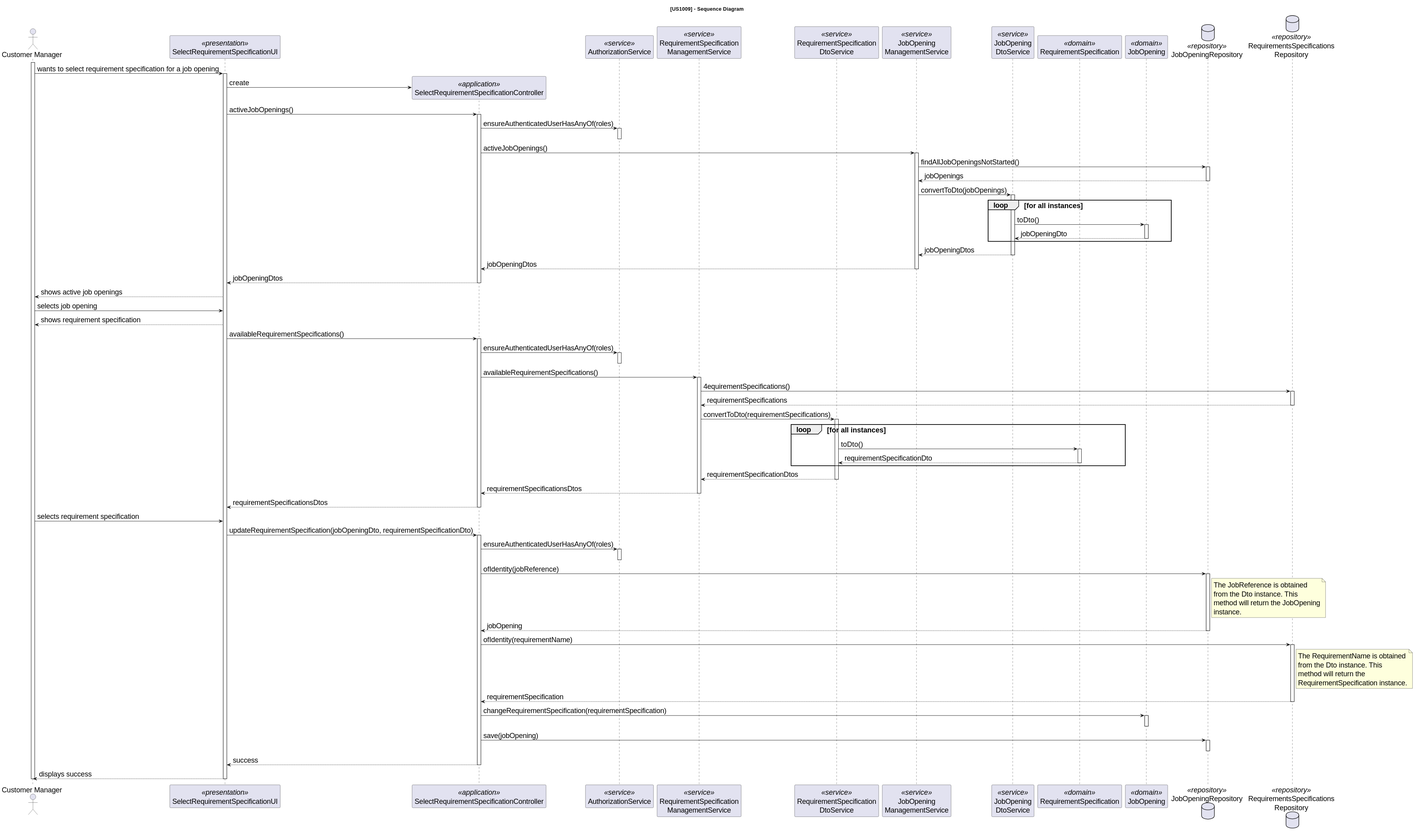
rita-barbosa/LAPR4-2324 keeps this PlantUML diagram as docs/sb_us_1009/sequence-diagram-select-requirement-specification.svg. Above is the earlier version.
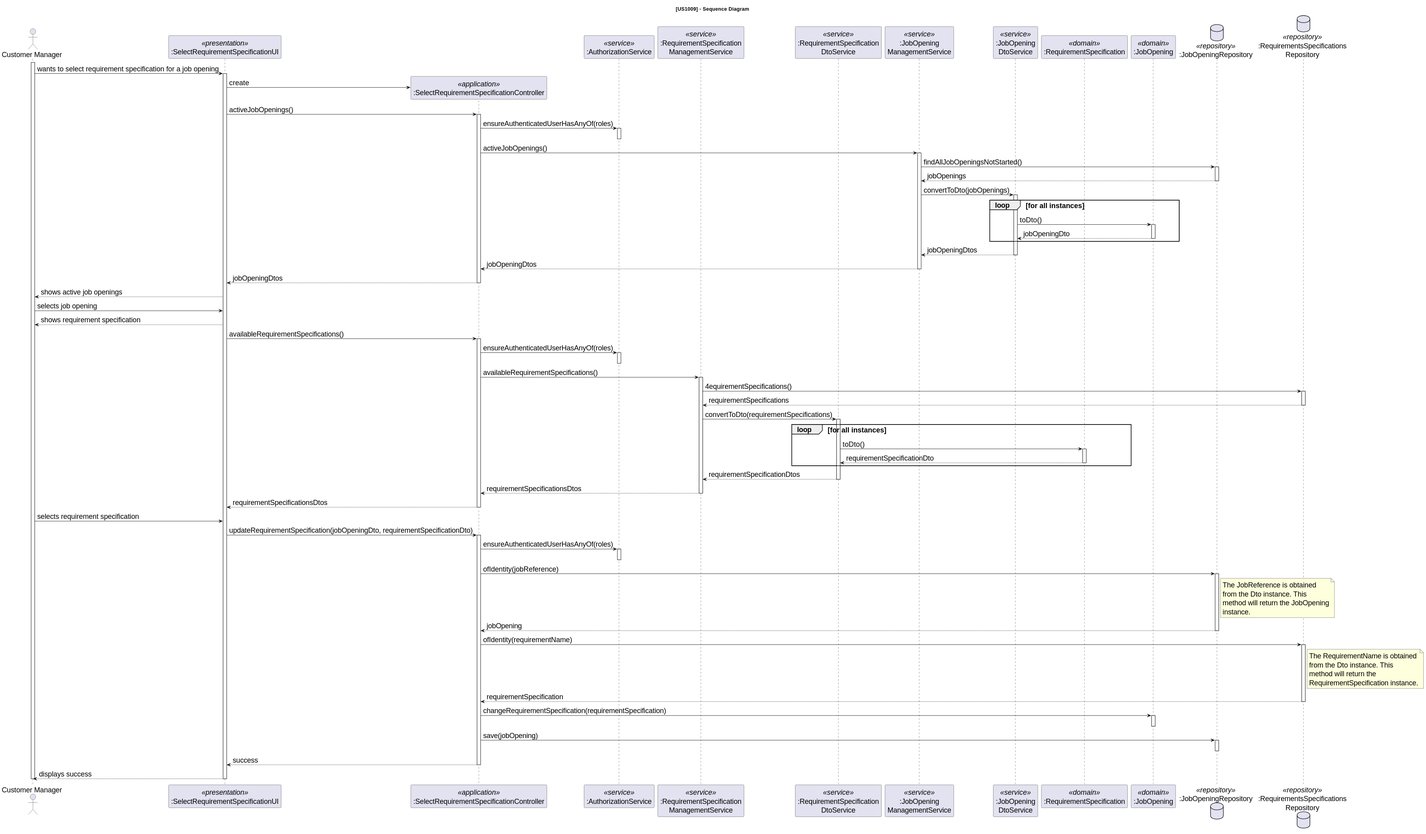
Later version of the same file.

Diff of the diagram source:
```diff
@@ -5,17 +5,17 @@
 
 actor "Customer Manager" as USER
 
-participant "SelectRequirementSpecificationUI" as UI <<presentation>>
-participant "SelectRequirementSpecificationController" as CTRL <<application>>
-participant "AuthorizationService" as AUTH <<service>>
-participant "RequirementSpecification\nManagementService" as RSMS <<service>>
-participant "RequirementSpecification\nDtoService" as RSMS_DTO <<service>>
-participant "JobOpening\nManagementService" as JOMS <<service>>
-participant "JobOpening\nDtoService" as JOMS_DTO <<service>>
-participant "RequirementSpecification" as RS <<domain>>
-participant "JobOpening" as JO <<domain>>
-database "JobOpeningRepository" as JO_REPO <<repository>>
-database "RequirementsSpecifications\nRepository" as RS_REPO <<repository>>
+participant ":SelectRequirementSpecificationUI" as UI <<presentation>>
+participant ":SelectRequirementSpecificationController" as CTRL <<application>>
+participant ":AuthorizationService" as AUTH <<service>>
+participant ":RequirementSpecification\nManagementService" as RSMS <<service>>
+participant ":RequirementSpecification\nDtoService" as RSMS_DTO <<service>>
+participant ":JobOpening\nManagementService" as JOMS <<service>>
+participant ":JobOpening\nDtoService" as JOMS_DTO <<service>>
+participant ":RequirementSpecification" as RS <<domain>>
+participant ":JobOpening" as JO <<domain>>
+database ":JobOpeningRepository" as JO_REPO <<repository>>
+database ":RequirementsSpecifications\nRepository" as RS_REPO <<repository>>
 
 
 activate USER
```
